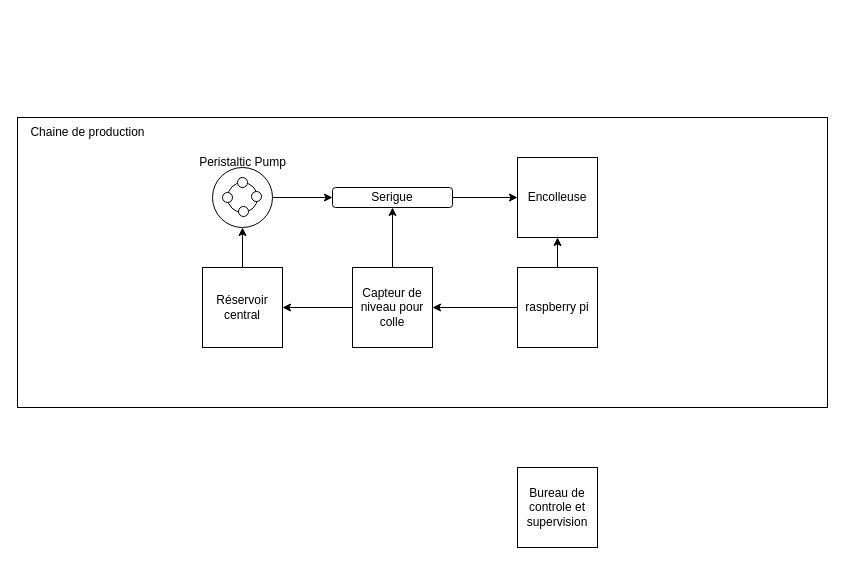
CharifMah/Systemes_automatises keeps this draw.io diagram as PDCA4 (Analyse fonctionnelle)/Schema_technique.drawio. Above is the earlier version. Source tidied: cells renumbered, new cells numbered last; positions are measured from the earlier drawing's top-left corner, leaving out a move shared by most shapes. Both pictures are drawn from the tidied source at 100%, with x=0, y=0 at pixel (17, 117).
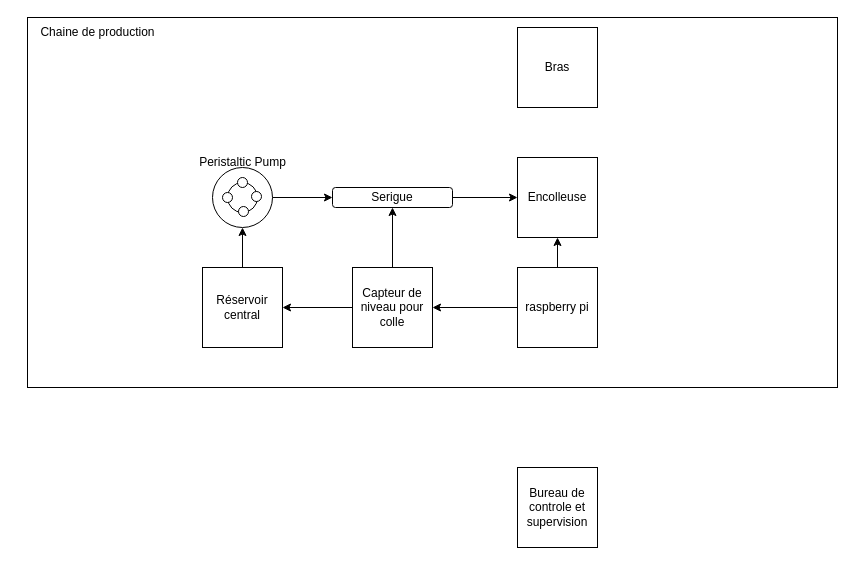
The same page after the edit.

What changed in the source:
```diff
@@
     <mxCell id="2" style="group;" parent="1" vertex="1">
-      <mxGeometry width="810" height="290" as="geometry" />
+      <mxGeometry x="10" y="-100" width="810" height="370" as="geometry" />
     </mxCell>
     <mxCell id="3" style="group;" parent="2" vertex="1">
-      <mxGeometry width="810" height="290" as="geometry" />
+      <mxGeometry width="810" height="370" as="geometry" />
     </mxCell>
     <mxCell id="4" style="rounded=0;whiteSpace=wrap;html=1;" parent="3" vertex="1">
-      <mxGeometry width="810" height="290" as="geometry" />
+      <mxGeometry width="810" height="370" as="geometry" />
     </mxCell>
@@
+    <mxCell id="27" value="Bras" style="whiteSpace=wrap;html=1;" parent="3" vertex="1">
+      <mxGeometry x="490" y="10" width="80" height="80" as="geometry" />
+    </mxCell>
```
